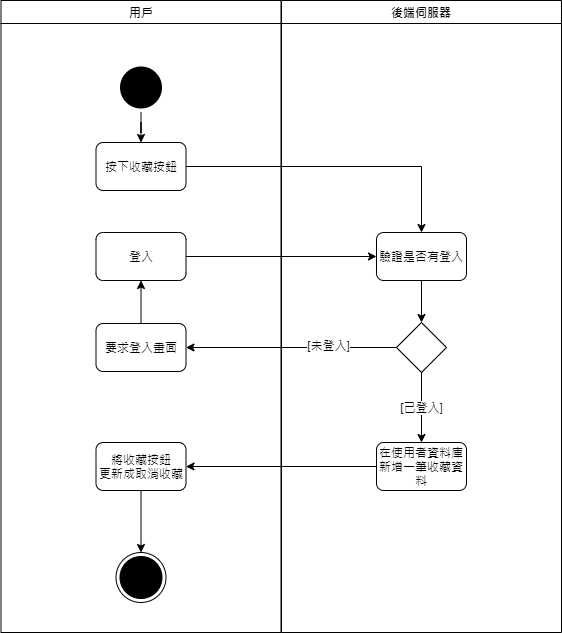
Above: src/main/uml/collect.png in 10746010/Plearnet-back-end (draw.io), before the change. Source tidied: cells renumbered, new cells last; positions are measured from the earlier drawing's top-left corner, leaving out a move shared by most shapes. The source it was exported from:
```xml
<mxGraphModel background="#ffffff">
  <root>
    <mxCell id="0" />
    <mxCell id="1" parent="0" />
    <mxCell id="2" value="用戶" style="swimlane;whiteSpace=wrap;" parent="1" vertex="1">
      <mxGeometry x="0.5" width="280" height="632" as="geometry" />
    </mxCell>
    <mxCell id="3" style="ellipse;shape=startState;fillColor=#000000;strokeColor=none;" parent="2" vertex="1">
      <mxGeometry x="115" y="62" width="50" height="50" as="geometry" />
    </mxCell>
    <mxCell id="4" value="按下收藏按鈕" style="rounded=1;whiteSpace=wrap;html=1;" parent="2" vertex="1">
      <mxGeometry x="95" y="142" width="90" height="48" as="geometry" />
    </mxCell>
    <mxCell id="5" style="ellipse;html=1;shape=endState;fillColor=#000000;" parent="2" vertex="1">
      <mxGeometry x="115" y="552" width="50" height="50" as="geometry" />
    </mxCell>
    <mxCell id="6" value="將收藏按鈕&lt;br&gt;更新成取消收藏" style="rounded=1;whiteSpace=wrap;html=1;" parent="2" vertex="1">
      <mxGeometry x="95" y="442" width="90" height="48" as="geometry" />
    </mxCell>
    <mxCell id="7" style="edgeStyle=orthogonalEdgeStyle;rounded=0;jettySize=auto;html=1;" parent="2" edge="1" source="6" target="5">
      <mxGeometry relative="1" as="geometry" />
    </mxCell>
    <mxCell id="8" style="edgeStyle=orthogonalEdgeStyle;rounded=0;jettySize=auto;html=1;" parent="2" edge="1" source="9" target="10">
      <mxGeometry relative="1" as="geometry" />
    </mxCell>
    <mxCell id="9" value="要求登入畫面" style="rounded=1;whiteSpace=wrap;html=1;" parent="2" vertex="1">
      <mxGeometry x="95" y="323" width="90" height="48" as="geometry" />
    </mxCell>
    <mxCell id="10" value="登入" style="rounded=1;whiteSpace=wrap;html=1;" parent="2" vertex="1">
      <mxGeometry x="95" y="232" width="90" height="48" as="geometry" />
    </mxCell>
    <mxCell id="11" value="後端伺服器" style="swimlane;whiteSpace=wrap;" parent="1" vertex="1">
      <mxGeometry x="281" width="280" height="632" as="geometry" />
    </mxCell>
    <mxCell id="12" value="在使用者資料庫新增一筆收藏資料" style="rounded=1;whiteSpace=wrap;html=1;" parent="11" vertex="1">
      <mxGeometry x="95" y="442" width="90" height="48" as="geometry" />
    </mxCell>
    <mxCell id="13" style="rhombus;whiteSpace=wrap;html=1;" parent="11" vertex="1">
      <mxGeometry x="115" y="322" width="50" height="50" as="geometry" />
    </mxCell>
    <mxCell id="14" value="[已登入]" style="edgeStyle=orthogonalEdgeStyle;rounded=0;jettySize=auto;html=1;" parent="11" edge="1" source="13" target="12">
      <mxGeometry relative="1" as="geometry" />
    </mxCell>
    <mxCell id="15" value="驗證是否有登入" style="rounded=1;whiteSpace=wrap;html=1;" parent="11" vertex="1">
      <mxGeometry x="95" y="232" width="90" height="48" as="geometry" />
    </mxCell>
    <mxCell id="16" style="edgeStyle=orthogonalEdgeStyle;rounded=0;jettySize=auto;html=1;" parent="11" edge="1" source="15" target="13">
      <mxGeometry relative="1" as="geometry" />
    </mxCell>
    <mxCell id="17" style="edgeStyle=orthogonalEdgeStyle;rounded=0;jettySize=auto;html=1;" parent="1" edge="1" source="4" target="15">
      <mxGeometry relative="1" as="geometry" />
    </mxCell>
    <mxCell id="18" style="edgeStyle=orthogonalEdgeStyle;rounded=0;jettySize=auto;html=1;" parent="1" edge="1" target="4">
      <mxGeometry relative="1" as="geometry">
        <mxPoint x="140.5" y="112" as="sourcePoint" />
      </mxGeometry>
    </mxCell>
    <mxCell id="19" style="edgeStyle=orthogonalEdgeStyle;rounded=0;jettySize=auto;html=1;" parent="1" edge="1" source="13" target="9">
      <mxGeometry relative="1" as="geometry" />
    </mxCell>
    <mxCell id="20" value="[未登入]" style="edgeLabel;html=1;align=center;verticalAlign=middle;" parent="19" vertex="1">
      <mxGeometry x="-0.34" y="-3" relative="1" as="geometry" />
    </mxCell>
    <mxCell id="21" style="edgeStyle=orthogonalEdgeStyle;rounded=0;jettySize=auto;html=1;" parent="1" edge="1" source="12" target="6">
      <mxGeometry relative="1" as="geometry" />
    </mxCell>
    <mxCell id="22" style="edgeStyle=orthogonalEdgeStyle;rounded=0;jettySize=auto;html=1;" parent="1" edge="1" source="10" target="15">
      <mxGeometry relative="1" as="geometry" />
    </mxCell>
  </root>
</mxGraphModel>
```
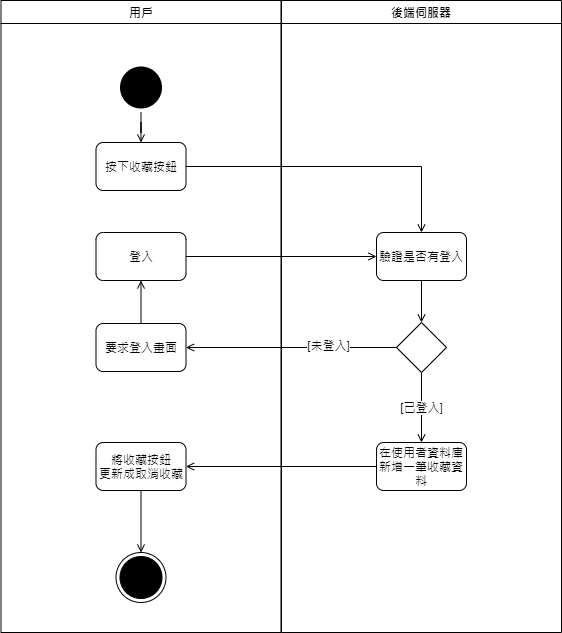
Later version of the same file.

Commit message:
update collect Activity diagram

The edit, as a diff of the source:
```diff
@@ -17,10 +17,10 @@
     <mxCell id="6" value="將收藏按鈕&lt;br&gt;更新成取消收藏" style="rounded=1;whiteSpace=wrap;html=1;" parent="2" vertex="1">
       <mxGeometry x="95" y="442" width="90" height="48" as="geometry" />
     </mxCell>
-    <mxCell id="7" style="edgeStyle=orthogonalEdgeStyle;rounded=0;jettySize=auto;html=1;" parent="2" edge="1" source="6" target="5">
+    <mxCell id="7" style="edgeStyle=orthogonalEdgeStyle;rounded=0;jettySize=auto;html=1;endArrow=open;endFill=0;" parent="2" edge="1" source="6" target="5">
       <mxGeometry relative="1" as="geometry" />
     </mxCell>
-    <mxCell id="8" style="edgeStyle=orthogonalEdgeStyle;rounded=0;jettySize=auto;html=1;" parent="2" edge="1" source="9" target="10">
+    <mxCell id="8" style="edgeStyle=orthogonalEdgeStyle;rounded=0;jettySize=auto;html=1;endArrow=open;endFill=0;" parent="2" edge="1" source="9" target="10">
       <mxGeometry relative="1" as="geometry" />
     </mxCell>
     <mxCell id="9" value="要求登入畫面" style="rounded=1;whiteSpace=wrap;html=1;" parent="2" vertex="1">
@@ -38,33 +38,33 @@
     <mxCell id="13" style="rhombus;whiteSpace=wrap;html=1;" parent="11" vertex="1">
       <mxGeometry x="115" y="322" width="50" height="50" as="geometry" />
     </mxCell>
-    <mxCell id="14" value="[已登入]" style="edgeStyle=orthogonalEdgeStyle;rounded=0;jettySize=auto;html=1;" parent="11" edge="1" source="13" target="12">
+    <mxCell id="14" value="[已登入]" style="edgeStyle=orthogonalEdgeStyle;rounded=0;jettySize=auto;html=1;endArrow=open;endFill=0;" parent="11" edge="1" source="13" target="12">
       <mxGeometry relative="1" as="geometry" />
     </mxCell>
     <mxCell id="15" value="驗證是否有登入" style="rounded=1;whiteSpace=wrap;html=1;" parent="11" vertex="1">
       <mxGeometry x="95" y="232" width="90" height="48" as="geometry" />
     </mxCell>
-    <mxCell id="16" style="edgeStyle=orthogonalEdgeStyle;rounded=0;jettySize=auto;html=1;" parent="11" edge="1" source="15" target="13">
+    <mxCell id="16" style="edgeStyle=orthogonalEdgeStyle;rounded=0;jettySize=auto;html=1;endArrow=open;endFill=0;" parent="11" edge="1" source="15" target="13">
       <mxGeometry relative="1" as="geometry" />
     </mxCell>
-    <mxCell id="17" style="edgeStyle=orthogonalEdgeStyle;rounded=0;jettySize=auto;html=1;" parent="1" edge="1" source="4" target="15">
+    <mxCell id="17" style="edgeStyle=orthogonalEdgeStyle;rounded=0;jettySize=auto;html=1;endArrow=open;endFill=0;" parent="1" edge="1" source="4" target="15">
       <mxGeometry relative="1" as="geometry" />
     </mxCell>
-    <mxCell id="18" style="edgeStyle=orthogonalEdgeStyle;rounded=0;jettySize=auto;html=1;" parent="1" edge="1" target="4">
+    <mxCell id="18" style="edgeStyle=orthogonalEdgeStyle;rounded=0;jettySize=auto;html=1;endArrow=open;endFill=0;" parent="1" edge="1" target="4">
       <mxGeometry relative="1" as="geometry">
         <mxPoint x="140.5" y="112" as="sourcePoint" />
       </mxGeometry>
     </mxCell>
-    <mxCell id="19" style="edgeStyle=orthogonalEdgeStyle;rounded=0;jettySize=auto;html=1;" parent="1" edge="1" source="13" target="9">
+    <mxCell id="19" style="edgeStyle=orthogonalEdgeStyle;rounded=0;jettySize=auto;html=1;endArrow=open;endFill=0;" parent="1" edge="1" source="13" target="9">
       <mxGeometry relative="1" as="geometry" />
     </mxCell>
     <mxCell id="20" value="[未登入]" style="edgeLabel;html=1;align=center;verticalAlign=middle;" parent="19" vertex="1">
       <mxGeometry x="-0.34" y="-3" relative="1" as="geometry" />
     </mxCell>
-    <mxCell id="21" style="edgeStyle=orthogonalEdgeStyle;rounded=0;jettySize=auto;html=1;" parent="1" edge="1" source="12" target="6">
+    <mxCell id="21" style="edgeStyle=orthogonalEdgeStyle;rounded=0;jettySize=auto;html=1;endArrow=open;endFill=0;" parent="1" edge="1" source="12" target="6">
       <mxGeometry relative="1" as="geometry" />
     </mxCell>
-    <mxCell id="22" style="edgeStyle=orthogonalEdgeStyle;rounded=0;jettySize=auto;html=1;" parent="1" edge="1" source="10" target="15">
+    <mxCell id="22" style="edgeStyle=orthogonalEdgeStyle;rounded=0;jettySize=auto;html=1;endArrow=open;endFill=0;" parent="1" edge="1" source="10" target="15">
       <mxGeometry relative="1" as="geometry" />
     </mxCell>
   </root>
```
